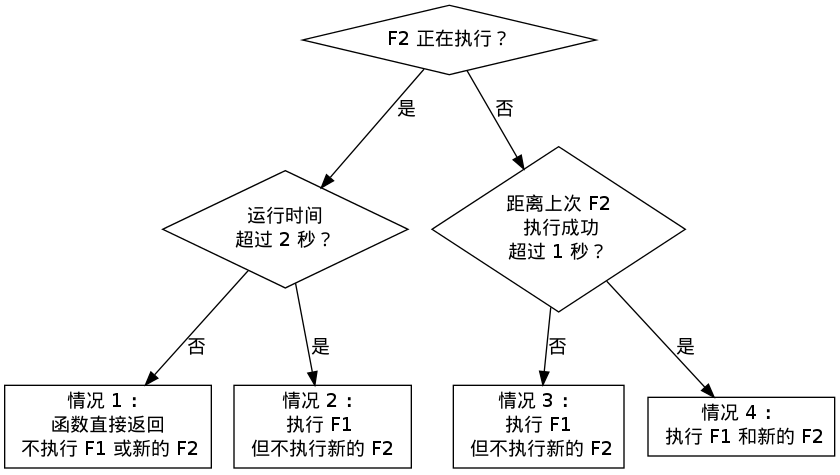
This is internal/image/flush.png from huangzworks/redisbook, a Graphviz export, as it was before one commit. Its source is kept beside it as internal/image/flush.dot.
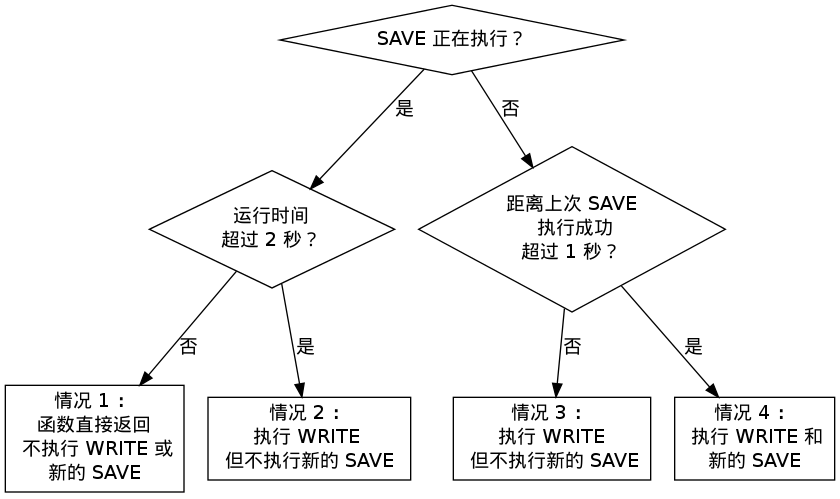
The same file after the commit.

The edit, as a diff of the source:
```diff
@@ -2,27 +2,27 @@
 
     node [shape = record];
 
-    F2_running_choice [label = "F2 正在执行？", shape = diamond];
+    SAVE_running_choice [label = "SAVE 正在执行？", shape = diamond];
 
     over_2_second_choice [label = "运行时间\n超过 2 秒？", shape = diamond];
 
-    not_over_2_second [label = "情况 1 ：\n函数直接返回\n 不执行 F1 或新的 F2"];
+    not_over_2_second [label = "情况 1 ：\n函数直接返回\n 不执行 WRITE 或\n新的 SAVE"];
 
-    over_2_second [label = "情况 2 ：\n执行 F1 \n 但不执行新的 F2 \n"];
+    over_2_second [label = "情况 2 ：\n执行 WRITE \n 但不执行新的 SAVE \n"];
 
-    F2_running_choice -> over_2_second_choice [label = "是"];
+    SAVE_running_choice -> over_2_second_choice [label = "是"];
 
     over_2_second_choice -> not_over_2_second [label = "否"];
 
     over_2_second_choice -> over_2_second [label = "是"];
 
-    finish_over_2_second [label = "距离上次 F2\n 执行成功\n超过 1 秒？", shape = diamond];
+    finish_over_2_second [label = "距离上次 SAVE\n 执行成功\n超过 1 秒？", shape = diamond];
 
-    no [label = "情况 3 ：\n 执行 F1 \n 但不执行新的 F2 "];
+    no [label = "情况 3 ：\n 执行 WRITE \n 但不执行新的 SAVE "];
 
-    yes [label = "情况 4 ：\n 执行 F1 和新的 F2\n"];
+    yes [label = "情况 4 ：\n 执行 WRITE 和\n新的 SAVE\n"];
 
-    F2_running_choice -> finish_over_2_second [label = "否"];
+    SAVE_running_choice -> finish_over_2_second [label = "否"];
 
     finish_over_2_second -> yes [label = "是"];
 
```
